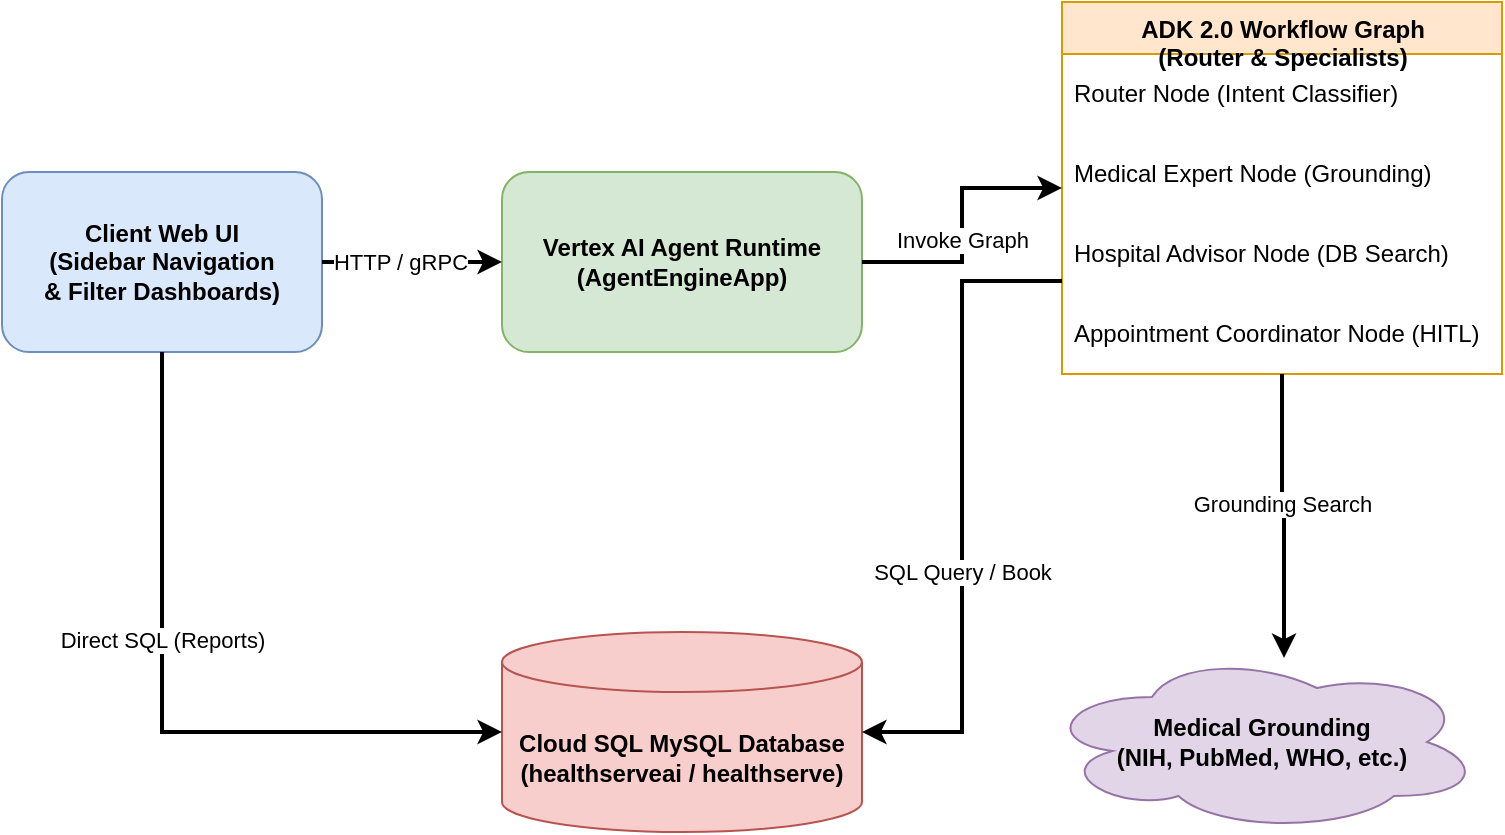
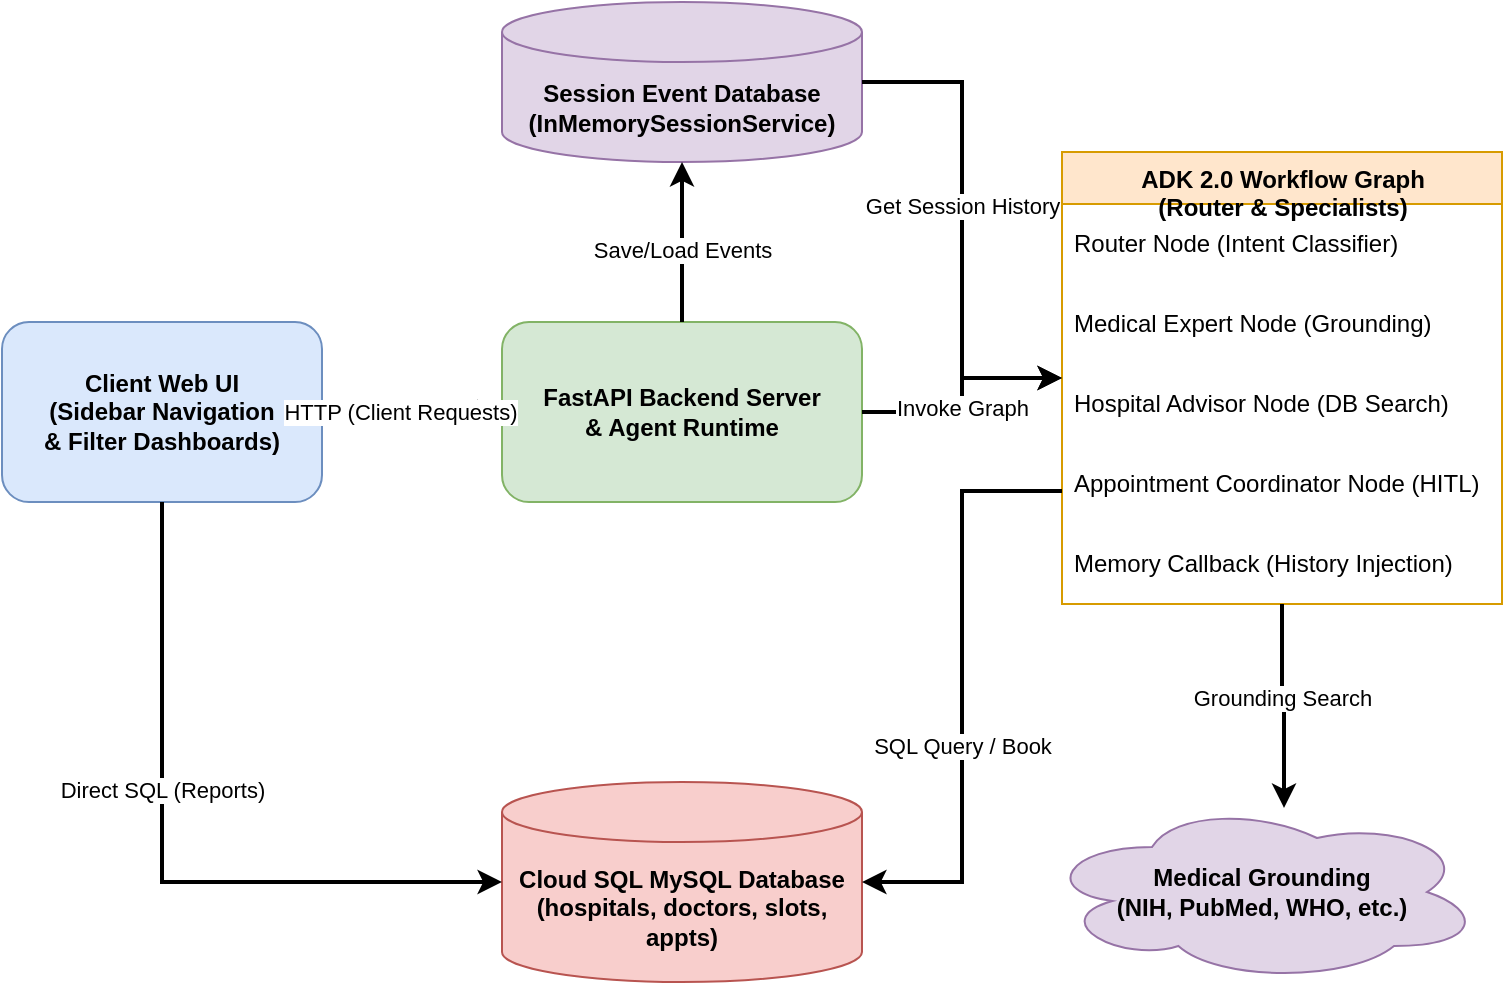
<mxfile host="Electron" agent="Mozilla/5.0">
  <diagram id="system-architecture" name="HealthServeAI Architecture">
    <mxGraphModel dx="1500" dy="696" grid="1" gridSize="10" guides="1" tooltips="1" connect="1" arrows="1" fold="1" page="1" pageScale="1" pageWidth="850" pageHeight="1100" math="0" shadow="0">
      <root>
        <mxCell id="0" />
        <mxCell id="1" parent="0" />
        <mxCell id="2" parent="1" style="rounded=1;whiteSpace=wrap;html=1;fillColor=#dae8fc;strokeColor=#6c8ebf;fontStyle=1" value="Client Web UI&lt;br&gt;(Sidebar Navigation&lt;br&gt;&amp;amp; Filter Dashboards)" vertex="1">
          <mxGeometry height="90" width="160" x="40" y="240" as="geometry" />
        </mxCell>
-         <mxCell id="3" parent="1" style="rounded=1;whiteSpace=wrap;html=1;fillColor=#d5e8d4;strokeColor=#82b366;fontStyle=1" value="Vertex AI Agent Runtime&lt;br&gt;(AgentEngineApp)" vertex="1">
+         <mxCell id="3" parent="1" style="rounded=1;whiteSpace=wrap;html=1;fillColor=#d5e8d4;strokeColor=#82b366;fontStyle=1" value="FastAPI Backend Server&lt;br&gt;&amp;amp; Agent Runtime" vertex="1">
          <mxGeometry height="90" width="180" x="290" y="240" as="geometry" />
        </mxCell>
        <mxCell id="4" parent="1" style="swimlane;fontStyle=1;align=center;verticalAlign=top;childLayout=stackLayout;horizontal=1;startSize=26;horizontalStack=0;resizeParent=1;resizeParentMax=0;resizeLast=0;collapsible=1;marginBottom=0;html=1;fillColor=#ffe6cc;strokeColor=#d79b00;" value="ADK 2.0 Workflow Graph&lt;br&gt;(Router &amp;amp; Specialists)" vertex="1">
-           <mxGeometry height="186" width="220" x="570" y="155" as="geometry" />
+           <mxGeometry height="226" width="220" x="570" y="155" as="geometry" />
        </mxCell>
        <mxCell id="4a" parent="4" style="text;strokeColor=none;fillColor=none;align=left;verticalAlign=middle;spacingLeft=4;spacingRight=4;overflow=hidden;rotatable=0;points=[[0,0.5],[1,0.5]];portConstraint=eastwest;html=1;" value="Router Node (Intent Classifier)" vertex="1">
          <mxGeometry height="40" width="220" y="26" as="geometry" />
        </mxCell>
        <mxCell id="4b" parent="4" style="text;strokeColor=none;fillColor=none;align=left;verticalAlign=middle;spacingLeft=4;spacingRight=4;overflow=hidden;rotatable=0;points=[[0,0.5],[1,0.5]];portConstraint=eastwest;html=1;" value="Medical Expert Node (Grounding)" vertex="1">
          <mxGeometry height="40" width="220" y="66" as="geometry" />
        </mxCell>
        <mxCell id="4c" parent="4" style="text;strokeColor=none;fillColor=none;align=left;verticalAlign=middle;spacingLeft=4;spacingRight=4;overflow=hidden;rotatable=0;points=[[0,0.5],[1,0.5]];portConstraint=eastwest;html=1;" value="Hospital Advisor Node (DB Search)" vertex="1">
          <mxGeometry height="40" width="220" y="106" as="geometry" />
        </mxCell>
        <mxCell id="4d" parent="4" style="text;strokeColor=none;fillColor=none;align=left;verticalAlign=middle;spacingLeft=4;spacingRight=4;overflow=hidden;rotatable=0;points=[[0,0.5],[1,0.5]];portConstraint=eastwest;html=1;" value="Appointment Coordinator Node (HITL)" vertex="1">
          <mxGeometry height="40" width="220" y="146" as="geometry" />
        </mxCell>
-         <mxCell id="5" parent="1" style="shape=cylinder3;whiteSpace=wrap;html=1;boundedLbl=1;backgroundOutline=1;size=15;fillColor=#f8cecc;strokeColor=#b85450;fontStyle=1" value="Cloud SQL MySQL Database&lt;br&gt;(healthserveai / healthserve)" vertex="1">
+         <mxCell id="4e" parent="4" style="text;strokeColor=none;fillColor=none;align=left;verticalAlign=middle;spacingLeft=4;spacingRight=4;overflow=hidden;rotatable=0;points=[[0,0.5],[1,0.5]];portConstraint=eastwest;html=1;" value="Memory Callback (History Injection)" vertex="1">
+           <mxGeometry height="40" width="220" y="186" as="geometry" />
+         </mxCell>
+         <mxCell id="5" parent="1" style="shape=cylinder3;whiteSpace=wrap;html=1;boundedLbl=1;backgroundOutline=1;size=15;fillColor=#f8cecc;strokeColor=#b85450;fontStyle=1" value="Cloud SQL MySQL Database&lt;br&gt;(hospitals, doctors, slots, appts)" vertex="1">
          <mxGeometry height="100" width="180" x="290" y="470" as="geometry" />
        </mxCell>
        <mxCell id="6" parent="1" style="ellipse;shape=cloud;whiteSpace=wrap;html=1;fillColor=#e1d5e7;strokeColor=#9673a6;fontStyle=1" value="Medical Grounding&lt;br&gt;(NIH, PubMed, WHO, etc.)" vertex="1">
          <mxGeometry height="90" width="220" x="560" y="480" as="geometry" />
        </mxCell>
+         <mxCell id="12" parent="1" style="shape=cylinder3;whiteSpace=wrap;html=1;boundedLbl=1;backgroundOutline=1;size=15;fillColor=#e1d5e7;strokeColor=#9673a6;fontStyle=1" value="Session Event Database&lt;br&gt;(InMemorySessionService)" vertex="1">
+           <mxGeometry height="80" width="180" x="290" y="80" as="geometry" />
+         </mxCell>
        <mxCell id="7" edge="1" parent="1" source="2" style="edgeStyle=orthogonalEdgeStyle;rounded=0;orthogonalLoop=1;jettySize=auto;html=1;strokeWidth=2;" target="3">
          <mxGeometry relative="1" as="geometry" />
        </mxCell>
-         <mxCell id="7_label" connectable="0" parent="7" style="edgeLabel;html=1;align=center;verticalAlign=middle;resizable=0;points=[];" value="HTTP / gRPC" vertex="1">
+         <mxCell id="7_label" connectable="0" parent="7" style="edgeLabel;html=1;align=center;verticalAlign=middle;resizable=0;points=[];" value="HTTP (Client Requests)" vertex="1">
          <mxGeometry relative="1" x="-0.15" as="geometry">
            <mxPoint as="offset" />
          </mxGeometry>
        </mxCell>
        <mxCell id="8" edge="1" parent="1" source="3" style="edgeStyle=orthogonalEdgeStyle;rounded=0;orthogonalLoop=1;jettySize=auto;html=1;strokeWidth=2;" target="4">
          <mxGeometry relative="1" as="geometry" />
        </mxCell>
        <mxCell id="8_label" connectable="0" parent="8" style="edgeLabel;html=1;align=center;verticalAlign=middle;resizable=0;points=[];" value="Invoke Graph" vertex="1">
          <mxGeometry relative="1" x="-0.1" as="geometry">
            <mxPoint as="offset" />
          </mxGeometry>
        </mxCell>
        <mxCell id="9" edge="1" parent="1" source="4" style="edgeStyle=orthogonalEdgeStyle;rounded=0;orthogonalLoop=1;jettySize=auto;html=1;strokeWidth=2;exitX=0;exitY=0.75;exitDx=0;exitDy=0;entryX=1;entryY=0.5;entryDx=0;entryDy=0;entryPerimeter=0;" target="5">
          <mxGeometry relative="1" as="geometry">
            <mxPoint x="490" y="420" as="sourcePoint" />
          </mxGeometry>
        </mxCell>
        <mxCell id="9_label" connectable="0" parent="9" style="edgeLabel;html=1;align=center;verticalAlign=middle;resizable=0;points=[];" value="SQL Query / Book" vertex="1">
          <mxGeometry relative="1" x="0.2" as="geometry">
            <mxPoint as="offset" />
          </mxGeometry>
        </mxCell>
        <mxCell id="10" edge="1" parent="1" source="4" style="edgeStyle=orthogonalEdgeStyle;rounded=0;orthogonalLoop=1;jettySize=auto;html=1;strokeWidth=2;entryX=0.55;entryY=0.033;entryDx=0;entryDy=0;entryPerimeter=0;" target="6">
          <mxGeometry relative="1" as="geometry" />
        </mxCell>
        <mxCell id="10_label" connectable="0" parent="10" style="edgeLabel;html=1;align=center;verticalAlign=middle;resizable=0;points=[];" value="Grounding Search" vertex="1">
          <mxGeometry relative="1" x="-0.1" as="geometry">
            <mxPoint as="offset" />
          </mxGeometry>
        </mxCell>
        <mxCell id="11" edge="1" parent="1" source="2" style="edgeStyle=orthogonalEdgeStyle;rounded=0;orthogonalLoop=1;jettySize=auto;html=1;strokeWidth=2;entryX=0;entryY=0.5;entryDx=0;entryDy=0;entryPerimeter=0;exitX=0.5;exitY=1;exitDx=0;exitDy=0;" target="5">
          <mxGeometry relative="1" as="geometry">
            <mxPoint x="150" y="400" as="sourcePoint" />
          </mxGeometry>
        </mxCell>
        <mxCell id="11_label" connectable="0" parent="11" style="edgeLabel;html=1;align=center;verticalAlign=middle;resizable=0;points=[];" value="Direct SQL (Reports)" vertex="1">
          <mxGeometry relative="1" x="-0.2" as="geometry">
            <mxPoint as="offset" />
          </mxGeometry>
        </mxCell>
+         <mxCell id="13" edge="1" parent="1" source="3" style="edgeStyle=orthogonalEdgeStyle;rounded=0;orthogonalLoop=1;jettySize=auto;html=1;strokeWidth=2;" target="12">
+           <mxGeometry relative="1" as="geometry" />
+         </mxCell>
+         <mxCell id="13_label" connectable="0" parent="13" style="edgeLabel;html=1;align=center;verticalAlign=middle;resizable=0;points=[];" value="Save/Load Events" vertex="1">
+           <mxGeometry relative="1" x="-0.1" as="geometry">
+             <mxPoint as="offset" />
+           </mxGeometry>
+         </mxCell>
+         <mxCell id="14" edge="1" parent="1" source="12" style="edgeStyle=orthogonalEdgeStyle;rounded=0;orthogonalLoop=1;jettySize=auto;html=1;strokeWidth=2;" target="4">
+           <mxGeometry relative="1" as="geometry" />
+         </mxCell>
+         <mxCell id="14_label" connectable="0" parent="14" style="edgeLabel;html=1;align=center;verticalAlign=middle;resizable=0;points=[];" value="Get Session History" vertex="1">
+           <mxGeometry relative="1" x="-0.1" as="geometry">
+             <mxPoint as="offset" />
+           </mxGeometry>
+         </mxCell>
      </root>
    </mxGraphModel>
  </diagram>
</mxfile>
